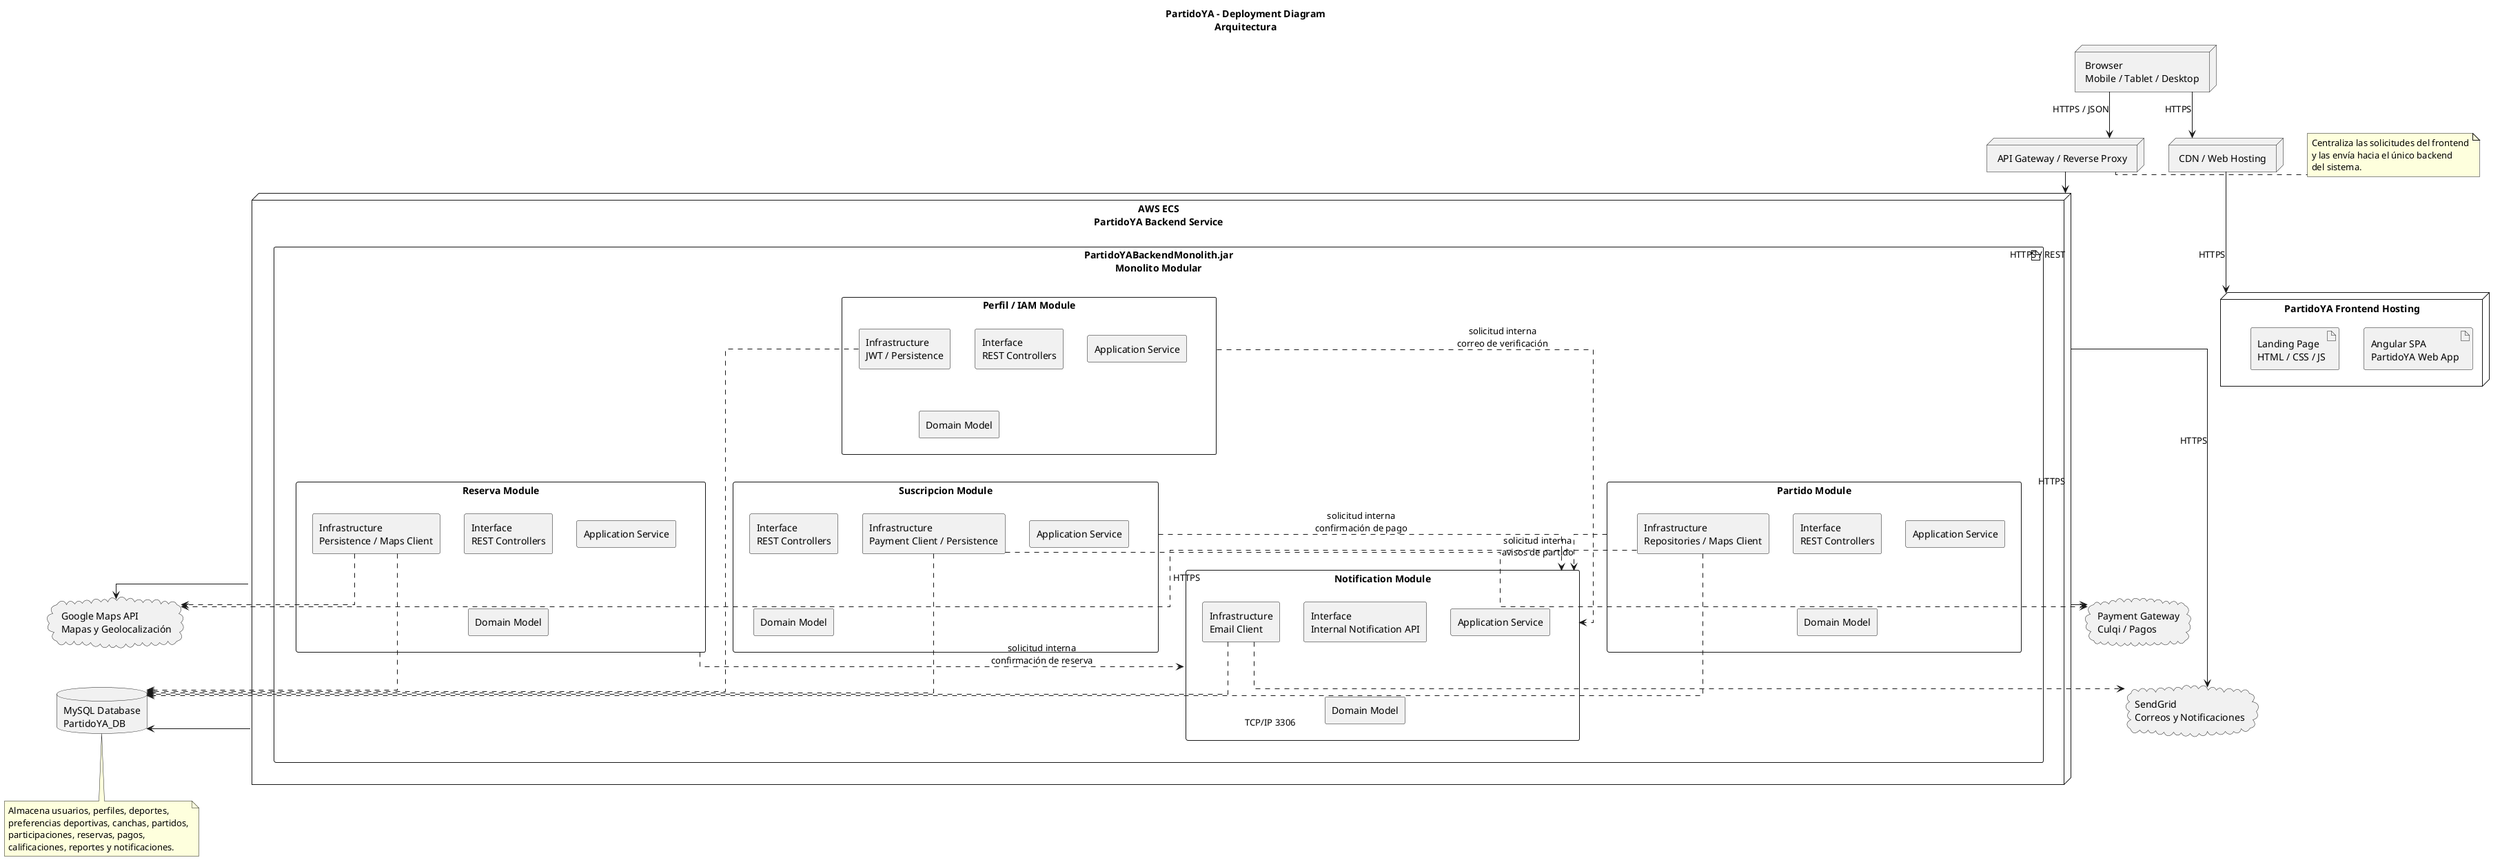
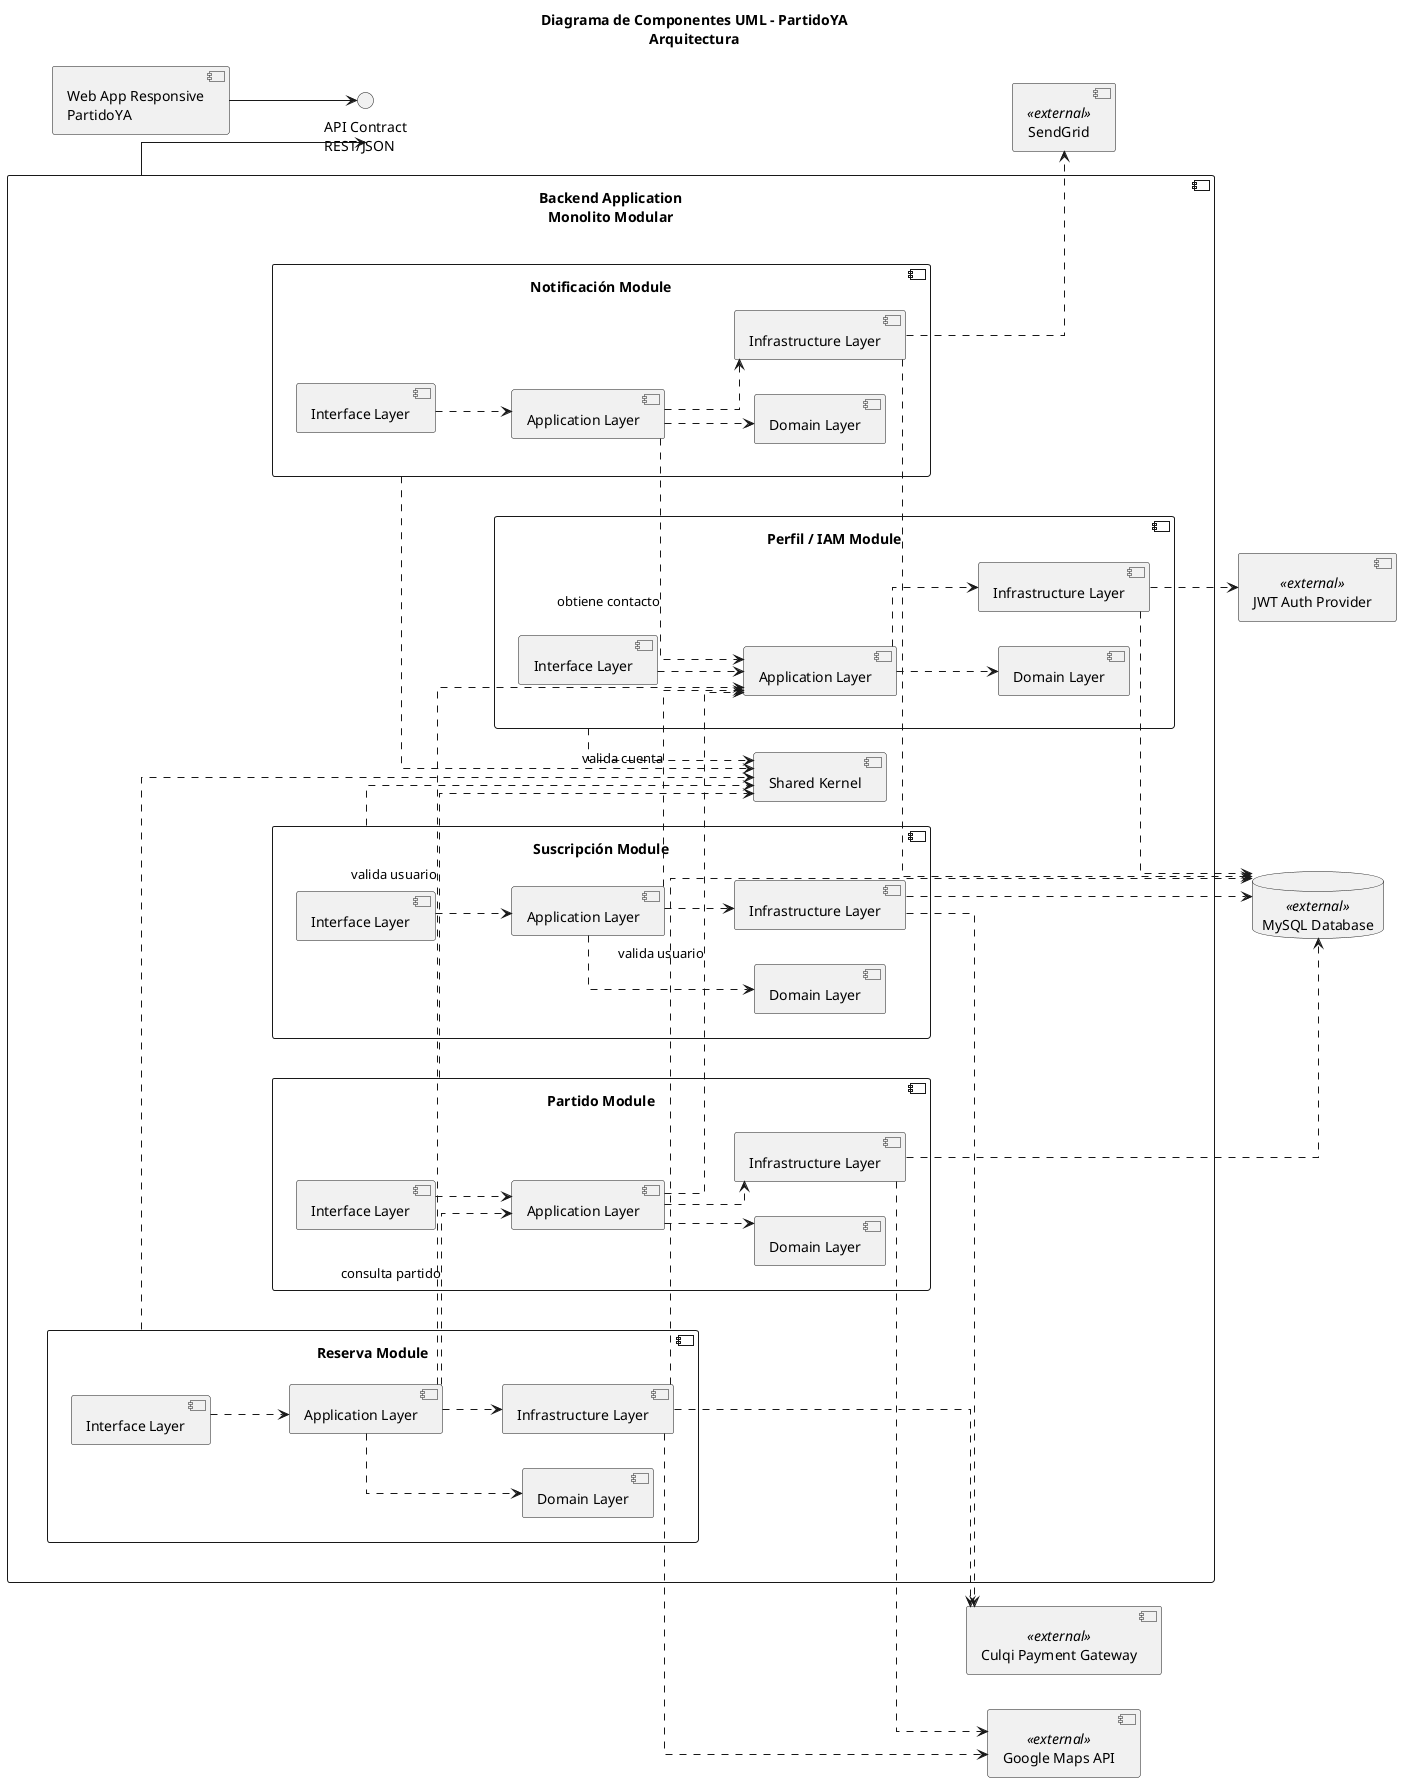
- @startuml "PartidoYA - Deployment Diagram"
+ @startuml "Diagrama de Componentes UML - PartidoYA"

+ skinparam componentStyle uml2
skinparam linetype ortho
- skinparam shadowing false
- skinparam componentStyle rectangle
+ left to right direction

- title PartidoYA - Deployment Diagram\nArquitectura
+ title Diagrama de Componentes UML - PartidoYA\nArquitectura

- node "Browser\nMobile / Tablet / Desktop" as Browser
+ interface "API Contract\nREST/JSON" as Contract

- node "CDN / Web Hosting" as CDN
+ component "Web App Responsive\nPartidoYA" as WebApp

- node "PartidoYA Frontend Hosting" as FrontendHosting {
-   artifact "Angular SPA\nPartidoYA Web App" as AngularSPA
-   artifact "Landing Page\nHTML / CSS / JS" as LandingPage
+ component "Backend Application\nMonolito Modular" as Backend {
+ 
+   component "Perfil / IAM Module" as M_Perfil {
+     component "Interface Layer" as P_Interface
+     component "Application Layer" as P_Application
+     component "Domain Layer" as P_Domain
+     component "Infrastructure Layer" as P_Infrastructure
+   }
+ 
+   component "Partido Module" as M_Partido {
+     component "Interface Layer" as PA_Interface
+     component "Application Layer" as PA_Application
+     component "Domain Layer" as PA_Domain
+     component "Infrastructure Layer" as PA_Infrastructure
+   }
+ 
+   component "Reserva Module" as M_Reserva {
+     component "Interface Layer" as R_Interface
+     component "Application Layer" as R_Application
+     component "Domain Layer" as R_Domain
+     component "Infrastructure Layer" as R_Infrastructure
+   }
+ 
+   component "Suscripción Module" as M_Suscripcion {
+     component "Interface Layer" as S_Interface
+     component "Application Layer" as S_Application
+     component "Domain Layer" as S_Domain
+     component "Infrastructure Layer" as S_Infrastructure
+   }
+ 
+   component "Notificación Module" as M_Notificacion {
+     component "Interface Layer" as N_Interface
+     component "Application Layer" as N_Application
+     component "Domain Layer" as N_Domain
+     component "Infrastructure Layer" as N_Infrastructure
+   }
+ 
+   component "Shared Kernel" as Shared
}

- node "API Gateway / Reverse Proxy" as ApiGateway
+ database "MySQL Database" as MySQL <<external>>
+ component "JWT Auth Provider" as JWT <<external>>
+ component "Google Maps API" as GoogleMaps <<external>>
+ component "Culqi Payment Gateway" as Culqi <<external>>
+ component "SendGrid" as SendGrid <<external>>

- node "AWS ECS\nPartidoYA Backend Service" as BackendNode {
-   artifact "PartidoYABackendMonolith.jar\nMonolito Modular" as BackendArtifact {
+ WebApp --> Contract
+ Backend --> Contract

-     component "Perfil / IAM Module" as PerfilModule {
-       component "Interface\nREST Controllers" as PerfilInterface
-       component "Application Service" as PerfilApplicationService
-       component "Domain Model" as PerfilDomainModel
-       component "Infrastructure\nJWT / Persistence" as PerfilInfrastructure
-     }
+ P_Interface ..> P_Application
+ P_Application ..> P_Domain
+ P_Application ..> P_Infrastructure

-     component "Partido Module" as PartidoModule {
-       component "Interface\nREST Controllers" as PartidoInterface
-       component "Application Service" as PartidoApplicationService
-       component "Domain Model" as PartidoDomainModel
-       component "Infrastructure\nRepositories / Maps Client" as PartidoInfrastructure
-     }
+ PA_Interface ..> PA_Application
+ PA_Application ..> PA_Domain
+ PA_Application ..> PA_Infrastructure

-     component "Reserva Module" as ReservaModule {
-       component "Interface\nREST Controllers" as ReservaInterface
-       component "Application Service" as ReservaApplicationService
-       component "Domain Model" as ReservaDomainModel
-       component "Infrastructure\nPersistence / Maps Client" as ReservaInfrastructure
-     }
+ R_Interface ..> R_Application
+ R_Application ..> R_Domain
+ R_Application ..> R_Infrastructure

-     component "Suscripcion Module" as SuscripcionModule {
-       component "Interface\nREST Controllers" as SuscripcionInterface
-       component "Application Service" as SuscripcionApplicationService
-       component "Domain Model" as SuscripcionDomainModel
-       component "Infrastructure\nPayment Client / Persistence" as SuscripcionInfrastructure
-     }
+ S_Interface ..> S_Application
+ S_Application ..> S_Domain
+ S_Application ..> S_Infrastructure

-     component "Notification Module" as NotificationModule {
-       component "Interface\nInternal Notification API" as NotificationInterface
-       component "Application Service" as NotificationApplicationService
-       component "Domain Model" as NotificationDomainModel
-       component "Infrastructure\nEmail Client" as NotificationInfrastructure
-     }
-   }
- }
+ N_Interface ..> N_Application
+ N_Application ..> N_Domain
+ N_Application ..> N_Infrastructure

- database "MySQL Database\nPartidoYA_DB" as PartidoYADatabase
+ M_Perfil ..> Shared
+ M_Partido ..> Shared
+ M_Reserva ..> Shared
+ M_Suscripcion ..> Shared
+ M_Notificacion ..> Shared

- cloud "Google Maps API\nMapas y Geolocalización" as GoogleMaps
- cloud "SendGrid\nCorreos y Notificaciones" as SendGrid
- cloud "Payment Gateway\nCulqi / Pagos" as PaymentGateway
+ PA_Application ..> P_Application : valida usuario
+ R_Application ..> P_Application : valida usuario
+ R_Application ..> PA_Application : consulta partido
+ S_Application ..> P_Application : valida cuenta
+ N_Application ..> P_Application : obtiene contacto

- Browser --> CDN : HTTPS
- CDN --> FrontendHosting : HTTPS
- Browser --> ApiGateway : HTTPS / JSON
+ P_Infrastructure ..> MySQL
+ PA_Infrastructure ..> MySQL
+ R_Infrastructure ..> MySQL
+ S_Infrastructure ..> MySQL
+ N_Infrastructure ..> MySQL

- ApiGateway --> BackendNode : HTTPS / REST
- 
- BackendNode --> PartidoYADatabase : TCP/IP 3306
- 
- BackendNode --> GoogleMaps : HTTPS
- BackendNode --> SendGrid : HTTPS
- BackendNode --> PaymentGateway : HTTPS
- 
- PerfilModule ..> NotificationModule : solicitud interna\ncorreo de verificación
- PartidoModule ..> NotificationModule : solicitud interna\navisos de partido
- ReservaModule ..> NotificationModule : solicitud interna\nconfirmación de reserva
- SuscripcionModule ..> NotificationModule : solicitud interna\nconfirmación de pago
- 
- PerfilInfrastructure ..> PartidoYADatabase
- PartidoInfrastructure ..> PartidoYADatabase
- ReservaInfrastructure ..> PartidoYADatabase
- SuscripcionInfrastructure ..> PartidoYADatabase
- NotificationInfrastructure ..> PartidoYADatabase
- 
- PartidoInfrastructure ..> GoogleMaps
- ReservaInfrastructure ..> GoogleMaps
- NotificationInfrastructure ..> SendGrid
- SuscripcionInfrastructure ..> PaymentGateway
- 
- 
- note bottom of PartidoYADatabase
- Almacena usuarios, perfiles, deportes,
- preferencias deportivas, canchas, partidos,
- participaciones, reservas, pagos,
- calificaciones, reportes y notificaciones.
- end note
- 
- note right of ApiGateway
- Centraliza las solicitudes del frontend
- y las envía hacia el único backend
- del sistema.
- end note
+ P_Infrastructure ..> JWT
+ PA_Infrastructure ..> GoogleMaps
+ R_Infrastructure ..> GoogleMaps
+ R_Infrastructure ..> Culqi
+ S_Infrastructure ..> Culqi
+ N_Infrastructure ..> SendGrid

@enduml
